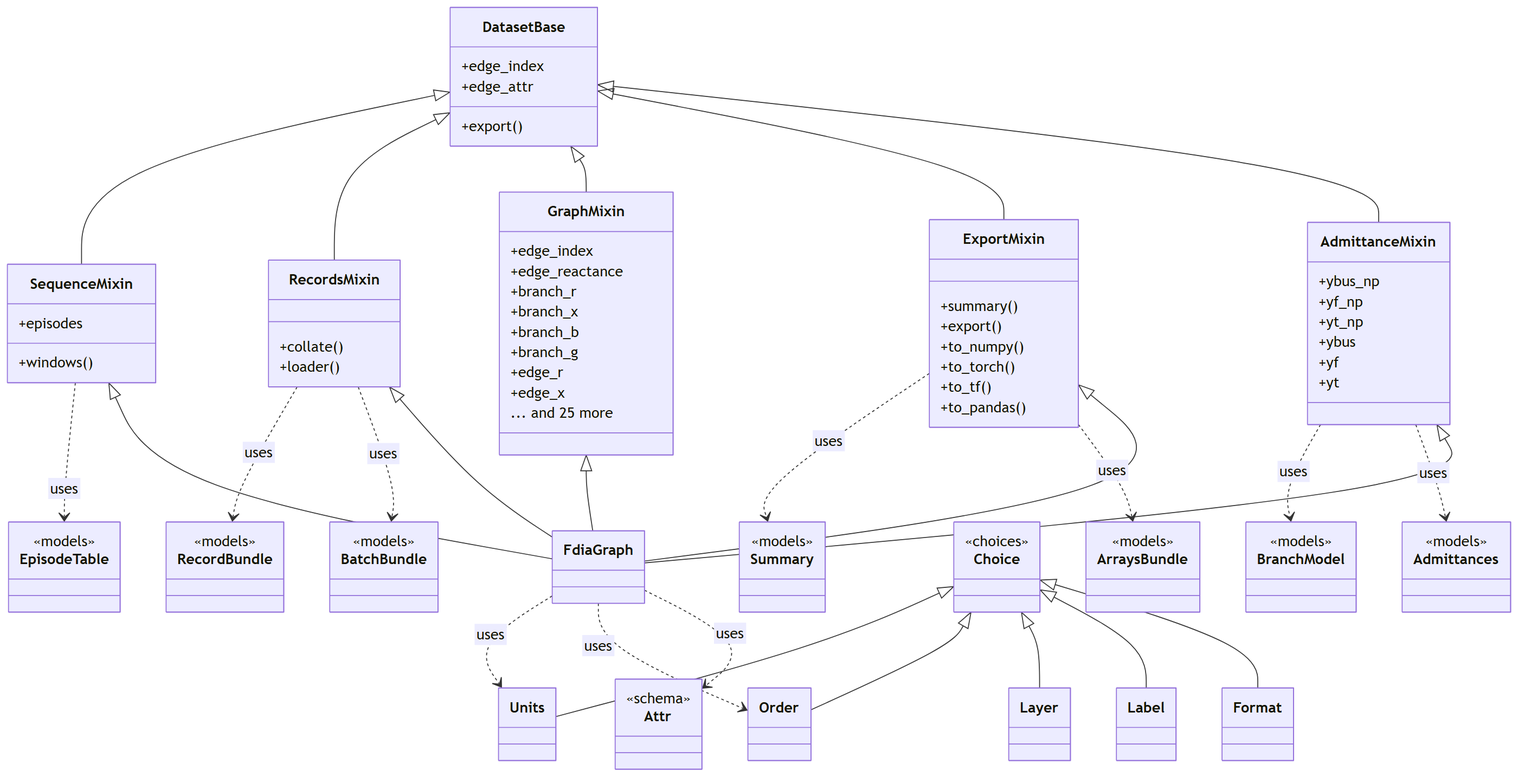
This is docs/figures/diagrams/classes_dataset.png from myersben9/fdia-graph, a Mermaid export, as it was before one commit. Its source is kept beside it as docs/figures/diagrams/classes_dataset.mmd.
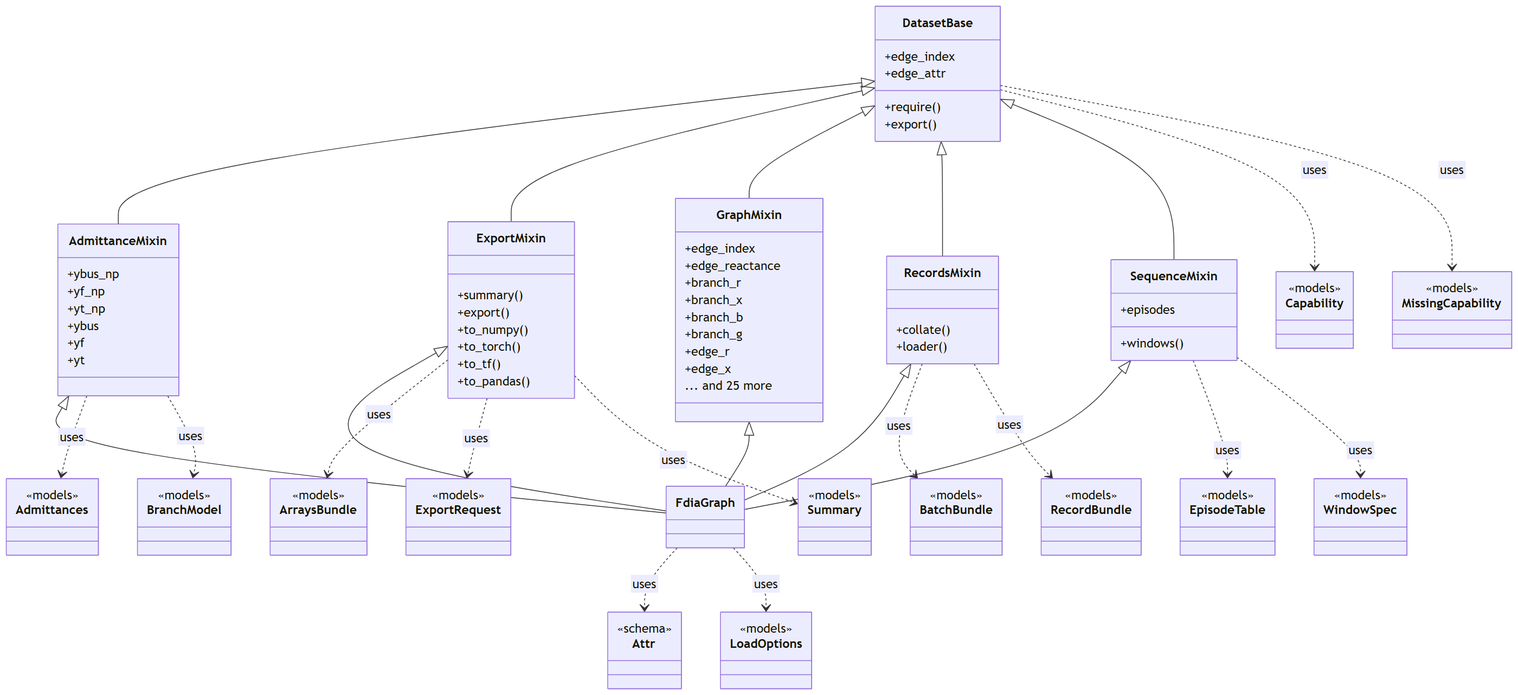
The same file after the commit.

What changed in the source:
```diff
@@ -1,9 +1,6 @@
 classDiagram
-    class Units {
-    }
-    class Order {
-    }
     class DatasetBase {
+        +require()
         +edge_index
         +edge_attr
         +export()
@@ -31,8 +28,6 @@
         +collate()
         +loader()
     }
-    class Format {
-    }
     class ExportMixin {
         +summary()
         +export()
@@ -40,10 +35,6 @@
         +to_torch()
         +to_tf()
         +to_pandas()
-    }
-    class Label {
-    }
-    class Layer {
     }
     class SequenceMixin {
         +windows()
@@ -66,10 +57,19 @@
     class BranchModel {
         <<models>>
     }
-    class Choice {
-        <<choices>>
+    class Capability {
+        <<models>>
     }
     class EpisodeTable {
+        <<models>>
+    }
+    class ExportRequest {
+        <<models>>
+    }
+    class LoadOptions {
+        <<models>>
+    }
+    class MissingCapability {
         <<models>>
     }
     class RecordBundle {
@@ -78,12 +78,10 @@
     class Summary {
         <<models>>
     }
+    class WindowSpec {
+        <<models>>
+    }
     AdmittanceMixin <|-- FdiaGraph
-    Choice <|-- Format
-    Choice <|-- Label
-    Choice <|-- Layer
-    Choice <|-- Order
-    Choice <|-- Units
     DatasetBase <|-- AdmittanceMixin
     DatasetBase <|-- ExportMixin
     DatasetBase <|-- GraphMixin
@@ -95,11 +93,14 @@
     SequenceMixin <|-- FdiaGraph
     AdmittanceMixin ..> Admittances : uses
     AdmittanceMixin ..> BranchModel : uses
+    DatasetBase ..> Capability : uses
+    DatasetBase ..> MissingCapability : uses
     ExportMixin ..> ArraysBundle : uses
+    ExportMixin ..> ExportRequest : uses
     ExportMixin ..> Summary : uses
     FdiaGraph ..> Attr : uses
-    FdiaGraph ..> Order : uses
-    FdiaGraph ..> Units : uses
+    FdiaGraph ..> LoadOptions : uses
     RecordsMixin ..> BatchBundle : uses
     RecordsMixin ..> RecordBundle : uses
     SequenceMixin ..> EpisodeTable : uses
+    SequenceMixin ..> WindowSpec : uses
```
